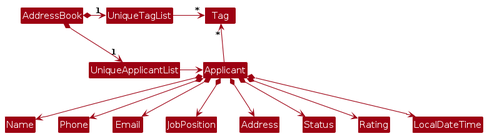
Earlier version of the PlantUML export diagrams/BetterModelClassDiagram.png (AY2425S2-CS2103T-W09-1/tp). Its source is kept beside it as diagrams/BetterModelClassDiagram.puml.
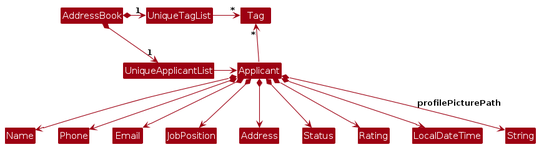
Later version of the same file.

What changed in the source:
```diff
@@ -22,4 +22,5 @@
 Applicant *--> Status
 Applicant *--> Rating
 Applicant *--> LocalDateTime
+Applicant *--> String: profilePicturePath
 @enduml
```
